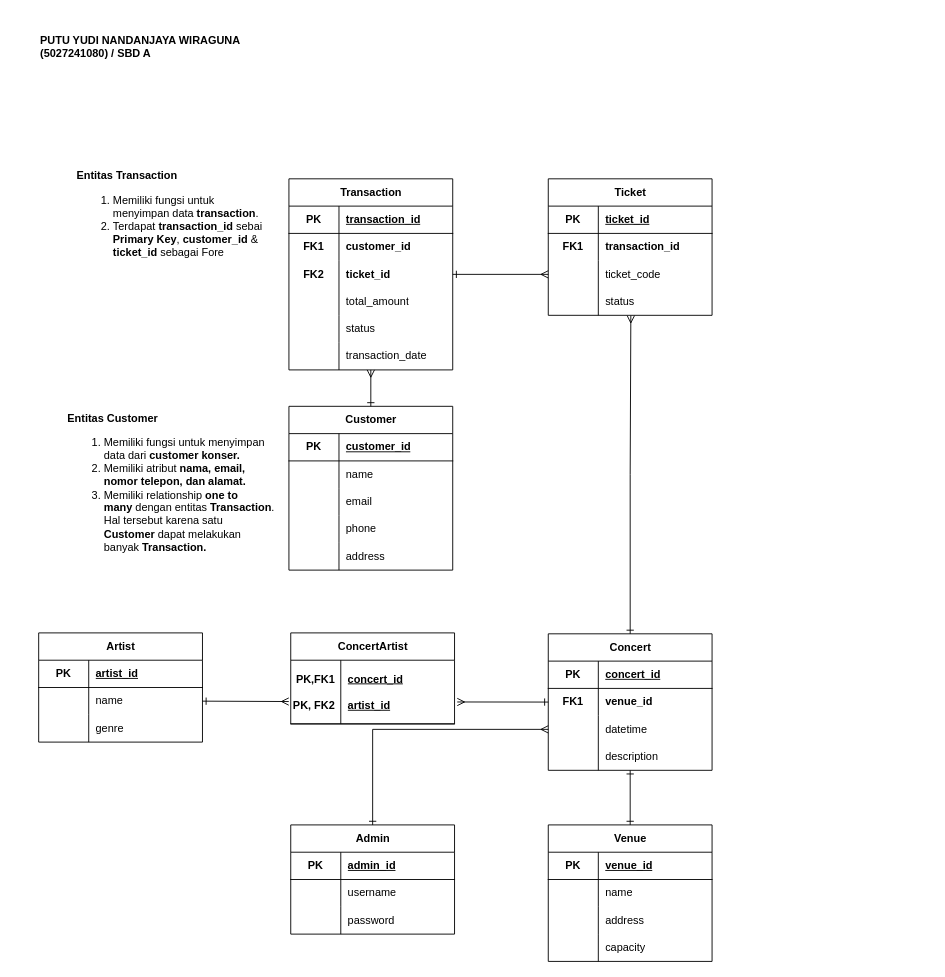
This is Soal3-Modul1-SBD.drawio from yudi0312/Sistem-Basis-Data, a draw.io file, before an edit. Source tidied: cells renumbered, new cells numbered last; positions are measured from the earlier drawing's top-left corner, leaving out a move shared by most shapes. Both pictures are drawn from the tidied source at 91%, with x=0, y=0 at pixel (38, 33).
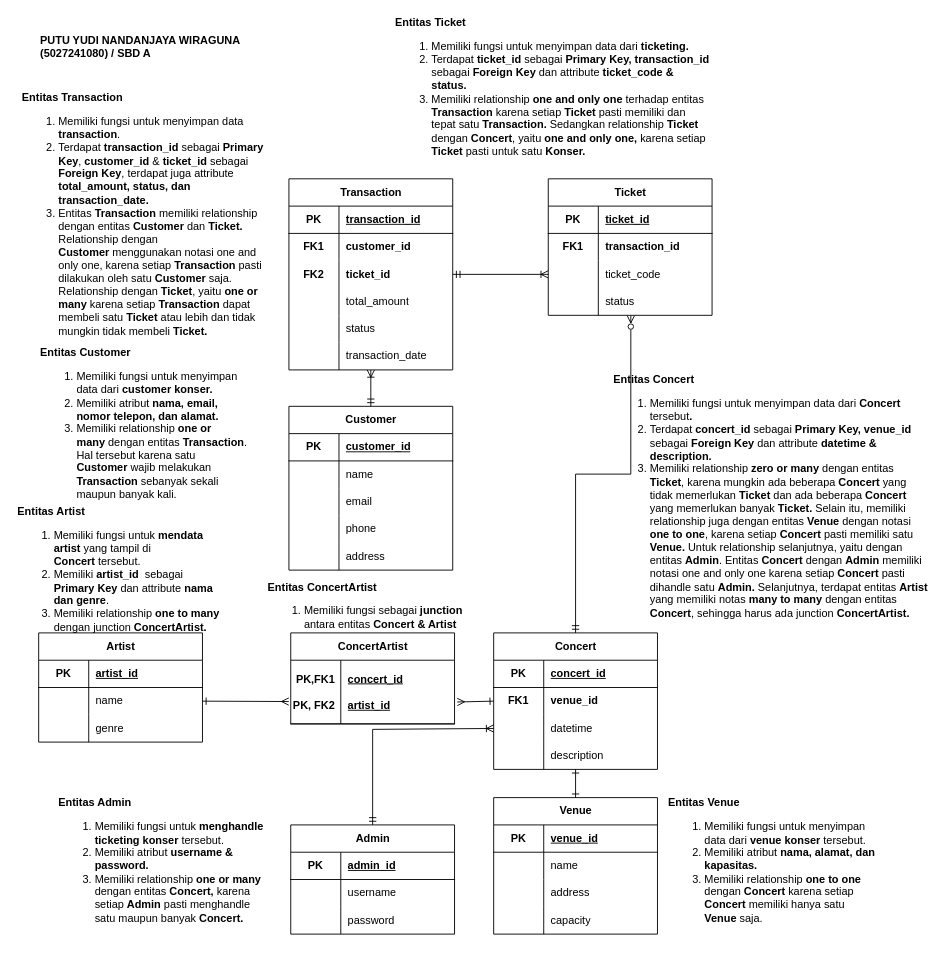
The same diagram, later.

Unchanged cells that the change refers to:
```xml
<mxCell id="2" value="Customer" style="shape=table;startSize=30;childLayout=tableLayout;rowLines=0;fontStyle=1;align=center;html=1;" parent="1" vertex="1">
  <mxGeometry x="275" y="410" width="180" height="180" as="geometry" />
</mxCell>
<mxCell id="25" style="shape=tableRow;horizontal=0;startSize=0;swimlaneHead=0;swimlaneBody=0;fillColor=none;points=[[0,0.5],[1,0.5]];portConstraint=eastwest;top=0;left=0;right=0;bottom=0;" parent="18" vertex="1">
  <mxGeometry y="90" width="180" height="30" as="geometry" />
</mxCell>
<mxCell id="34" style="shape=tableRow;horizontal=0;startSize=0;swimlaneHead=0;swimlaneBody=0;fillColor=none;points=[[0,0.5],[1,0.5]];portConstraint=eastwest;top=0;left=0;right=0;bottom=0;" parent="18" vertex="1">
  <mxGeometry y="180" width="180" height="30" as="geometry" />
</mxCell>
<mxCell id="47" style="shape=tableRow;horizontal=0;startSize=0;swimlaneHead=0;swimlaneBody=0;fillColor=none;points=[[0,0.5],[1,0.5]];portConstraint=eastwest;top=0;left=0;right=0;bottom=0;" parent="37" vertex="1">
  <mxGeometry y="120" width="180" height="30" as="geometry" />
</mxCell>
<mxCell id="57" style="shape=tableRow;horizontal=0;startSize=0;swimlaneHead=0;swimlaneBody=0;fillColor=none;points=[[0,0.5],[1,0.5]];portConstraint=eastwest;top=0;left=0;right=0;bottom=0;" parent="50" vertex="1">
  <mxGeometry y="90" width="180" height="30" as="geometry" />
</mxCell>
<mxCell id="91" value="Admin" style="shape=table;startSize=30;childLayout=tableLayout;rowLines=0;fontStyle=1;align=center;html=1;" parent="1" vertex="1">
  <mxGeometry x="277" y="870" width="180" height="120" as="geometry" />
</mxCell>
```

Change to the diagram source:
```diff
@@
     <mxCell id="50" value="Concert" style="shape=table;startSize=30;childLayout=tableLayout;rowLines=0;fontStyle=1;align=center;html=1;" parent="1" vertex="1">
-      <mxGeometry x="560" y="660" width="180" height="150" as="geometry" />
+      <mxGeometry x="500" y="659" width="180" height="150" as="geometry" />
     </mxCell>
@@
     <mxCell id="63" value="Venue" style="shape=table;startSize=30;childLayout=tableLayout;rowLines=0;fontStyle=1;align=center;html=1;" parent="1" vertex="1">
-      <mxGeometry x="560" y="870" width="180" height="150" as="geometry" />
+      <mxGeometry x="500" y="840" width="180" height="150" as="geometry" />
     </mxCell>
@@
-    <mxCell id="90" style="edgeStyle=none;rounded=0;jettySize=auto;html=1;exitX=0.5;exitY=0;exitDx=0;exitDy=0;entryX=0;entryY=0.5;entryDx=0;entryDy=0;endArrow=ERmany;endFill=0;startArrow=ERone;startFill=0;" parent="1" edge="1" source="91" target="57">
+    <mxCell id="90" style="edgeStyle=none;rounded=0;jettySize=auto;html=1;exitX=0.5;exitY=0;exitDx=0;exitDy=0;entryX=0;entryY=0.5;entryDx=0;entryDy=0;endArrow=ERoneToMany;endFill=0;startArrow=ERmandOne;startFill=0;" parent="1" edge="1" source="91" target="57">
       <mxGeometry relative="1" as="geometry">
         <Array as="points">
           <mxPoint x="367" y="765" />
         </Array>
       </mxGeometry>
     </mxCell>
@@
-    <mxCell id="101" style="edgeStyle=none;rounded=0;jettySize=auto;html=1;entryX=0.5;entryY=1;entryDx=0;entryDy=0;entryPerimeter=0;startArrow=ERone;startFill=0;endArrow=ERmany;endFill=0;" parent="1" edge="1" source="2" target="34">
+    <mxCell id="101" style="edgeStyle=none;rounded=0;jettySize=auto;html=1;entryX=0.5;entryY=1;entryDx=0;entryDy=0;entryPerimeter=0;startArrow=ERmandOne;startFill=0;endArrow=ERoneToMany;endFill=0;" parent="1" edge="1" source="2" target="34">
       <mxGeometry relative="1" as="geometry" />
     </mxCell>
-    <mxCell id="102" style="edgeStyle=none;rounded=0;jettySize=auto;html=1;entryX=0;entryY=0.5;entryDx=0;entryDy=0;startArrow=ERone;startFill=0;endArrow=ERmany;endFill=0;" parent="1" edge="1" source="25">
+    <mxCell id="102" style="edgeStyle=none;rounded=0;jettySize=auto;html=1;entryX=0;entryY=0.5;entryDx=0;entryDy=0;startArrow=ERmandOne;startFill=0;endArrow=ERoneToMany;endFill=0;" parent="1" edge="1" source="25">
       <mxGeometry relative="1" as="geometry">
         <mxPoint x="560" y="265" as="targetPoint" />
       </mxGeometry>
     </mxCell>
@@
-    <mxCell id="107" style="edgeStyle=orthogonalEdgeStyle;rounded=0;jettySize=auto;html=1;exitX=0.5;exitY=0;exitDx=0;exitDy=0;entryX=0.504;entryY=1.013;entryDx=0;entryDy=0;entryPerimeter=0;endArrow=ERmany;endFill=0;startArrow=ERone;startFill=0;" parent="1" edge="1" source="50" target="47">
+    <mxCell id="107" style="edgeStyle=orthogonalEdgeStyle;rounded=0;jettySize=auto;html=1;exitX=0.5;exitY=0;exitDx=0;exitDy=0;entryX=0.504;entryY=1.013;entryDx=0;entryDy=0;entryPerimeter=0;endArrow=ERzeroToMany;endFill=0;startArrow=ERmandOne;startFill=0;" parent="1" edge="1" source="50" target="47">
       <mxGeometry relative="1" as="geometry" />
     </mxCell>
-    <mxCell id="108" value="&lt;b&gt;Entitas Customer&lt;/b&gt;&amp;nbsp;&lt;br&gt;&lt;ol style=&quot;&quot;&gt;&lt;li style=&quot;&quot;&gt;&lt;span style=&quot;background-color: transparent; color: light-dark(rgb(0, 0, 0), rgb(255, 255, 255));&quot;&gt;Memiliki fungsi untuk menyimpan data dari &lt;b&gt;customer konser.&amp;nbsp;&lt;/b&gt;&lt;/span&gt;&lt;/li&gt;&lt;li style=&quot;&quot;&gt;&lt;span style=&quot;background-color: transparent; color: light-dark(rgb(0, 0, 0), rgb(255, 255, 255));&quot;&gt;Memiliki atribut &lt;b&gt;nama, email, nomor telepon, dan alamat.&amp;nbsp;&lt;/b&gt;&lt;/span&gt;&lt;/li&gt;&lt;li style=&quot;&quot;&gt;&lt;span style=&quot;background-color: transparent; color: light-dark(rgb(0, 0, 0), rgb(255, 255, 255));&quot;&gt;Memiliki relationship&amp;nbsp;&lt;/span&gt;&lt;span style=&quot;background-color: transparent; color: light-dark(rgb(0, 0, 0), rgb(255, 255, 255));&quot;&gt;&lt;b&gt;one to many&lt;/b&gt;&amp;nbsp;&lt;/span&gt;&lt;span style=&quot;background-color: transparent; color: light-dark(rgb(0, 0, 0), rgb(255, 255, 255));&quot;&gt;dengan entitas &lt;/span&gt;&lt;span style=&quot;background-color: transparent; color: light-dark(rgb(0, 0, 0), rgb(255, 255, 255));&quot;&gt;&lt;b&gt;Transaction&lt;/b&gt;. &lt;/span&gt;&lt;span style=&quot;background-color: transparent; color: light-dark(rgb(0, 0, 0), rgb(255, 255, 255));&quot;&gt;Hal tersebut karena satu &lt;/span&gt;&lt;span style=&quot;background-color: transparent; color: light-dark(rgb(0, 0, 0), rgb(255, 255, 255));&quot;&gt;&lt;b&gt;Customer&lt;/b&gt; &lt;/span&gt;&lt;span style=&quot;background-color: transparent; color: light-dark(rgb(0, 0, 0), rgb(255, 255, 255));&quot;&gt;dapat melakukan banyak &lt;/span&gt;&lt;span style=&quot;background-color: transparent; color: light-dark(rgb(0, 0, 0), rgb(255, 255, 255));&quot;&gt;&lt;b&gt;Transaction.&lt;/b&gt;&amp;nbsp;&lt;/span&gt;&lt;/li&gt;&lt;/ol&gt;" style="text;html=1;align=left;verticalAlign=middle;whiteSpace=wrap;rounded=0;" parent="1" vertex="1">
-      <mxGeometry x="30" y="485" width="230" height="30" as="geometry" />
+    <mxCell id="108" value="&lt;b&gt;Entitas Customer&lt;/b&gt;&amp;nbsp;&lt;br&gt;&lt;ol style=&quot;&quot;&gt;&lt;li style=&quot;&quot;&gt;&lt;span style=&quot;background-color: transparent; color: light-dark(rgb(0, 0, 0), rgb(255, 255, 255));&quot;&gt;Memiliki fungsi untuk menyimpan data dari &lt;b&gt;customer konser.&amp;nbsp;&lt;/b&gt;&lt;/span&gt;&lt;/li&gt;&lt;li style=&quot;&quot;&gt;&lt;span style=&quot;background-color: transparent; color: light-dark(rgb(0, 0, 0), rgb(255, 255, 255));&quot;&gt;Memiliki atribut &lt;b&gt;nama, email, nomor telepon, dan alamat.&amp;nbsp;&lt;/b&gt;&lt;/span&gt;&lt;/li&gt;&lt;li style=&quot;&quot;&gt;&lt;span style=&quot;background-color: transparent; color: light-dark(rgb(0, 0, 0), rgb(255, 255, 255));&quot;&gt;Memiliki relationship&amp;nbsp;&lt;/span&gt;&lt;span style=&quot;background-color: transparent; color: light-dark(rgb(0, 0, 0), rgb(255, 255, 255));&quot;&gt;&lt;b&gt;one or many&lt;/b&gt;&amp;nbsp;&lt;/span&gt;&lt;span style=&quot;background-color: transparent; color: light-dark(rgb(0, 0, 0), rgb(255, 255, 255));&quot;&gt;dengan entitas &lt;/span&gt;&lt;span style=&quot;background-color: transparent; color: light-dark(rgb(0, 0, 0), rgb(255, 255, 255));&quot;&gt;&lt;b&gt;Transaction&lt;/b&gt;. &lt;/span&gt;&lt;span style=&quot;background-color: transparent; color: light-dark(rgb(0, 0, 0), rgb(255, 255, 255));&quot;&gt;Hal tersebut karena satu &lt;/span&gt;&lt;span style=&quot;background-color: transparent; color: light-dark(rgb(0, 0, 0), rgb(255, 255, 255));&quot;&gt;&lt;b&gt;Customer&lt;/b&gt;&amp;nbsp;wajib melakukan &lt;b&gt;Transaction &lt;/b&gt;sebanyak sekali maupun banyak kali.&amp;nbsp;&lt;/span&gt;&lt;span style=&quot;background-color: transparent; color: light-dark(rgb(0, 0, 0), rgb(255, 255, 255));&quot;&gt;&amp;nbsp;&lt;/span&gt;&lt;/li&gt;&lt;/ol&gt;" style="text;html=1;align=left;verticalAlign=middle;whiteSpace=wrap;rounded=0;" parent="1" vertex="1">
+      <mxGeometry y="420" width="230" height="30" as="geometry" />
     </mxCell>
-    <mxCell id="109" value="&lt;b&gt;Entitas Transaction&lt;/b&gt;&lt;div&gt;&lt;ol&gt;&lt;li style=&quot;&quot;&gt;Memiliki fungsi untuk menyimpan data &lt;b&gt;transaction&lt;/b&gt;.&amp;nbsp;&lt;/li&gt;&lt;li style=&quot;&quot;&gt;Terdapat &lt;b&gt;transaction_id &lt;/b&gt;sebai &lt;b&gt;Primary Key&lt;/b&gt;, &lt;b&gt;customer_id &lt;/b&gt;&amp;amp; &lt;b&gt;ticket_id &lt;/b&gt;sebagai Fore&lt;/li&gt;&lt;/ol&gt;&lt;/div&gt;" style="text;html=1;align=left;verticalAlign=middle;whiteSpace=wrap;rounded=0;" parent="1" vertex="1">
-      <mxGeometry x="40" y="190" width="210" height="30" as="geometry" />
+    <mxCell id="109" value="&lt;b&gt;Entitas Transaction&lt;/b&gt;&lt;div&gt;&lt;ol&gt;&lt;li style=&quot;&quot;&gt;Memiliki fungsi untuk menyimpan data &lt;b&gt;transaction&lt;/b&gt;.&amp;nbsp;&lt;/li&gt;&lt;li style=&quot;&quot;&gt;Terdapat &lt;b&gt;transaction_id &lt;/b&gt;sebagai&amp;nbsp;&lt;b&gt;Primary Key&lt;/b&gt;, &lt;b&gt;customer_id &lt;/b&gt;&amp;amp; &lt;b&gt;ticket_id &lt;/b&gt;sebagai &lt;b&gt;Foreign Key&lt;/b&gt;, terdapat juga attribute &lt;b&gt;total_amount, status, dan transaction_date.&amp;nbsp;&lt;/b&gt;&lt;/li&gt;&lt;li style=&quot;&quot;&gt;Entitas &lt;b&gt;Transaction&lt;/b&gt;&amp;nbsp;memiliki relationship dengan entitas &lt;b&gt;Customer &lt;/b&gt;dan &lt;b&gt;Ticket. &lt;/b&gt;Relationship dengan &lt;b&gt;Customer&lt;/b&gt;&amp;nbsp;menggunakan notasi one and only one, karena setiap &lt;b&gt;Transaction &lt;/b&gt;pasti dilakukan oleh satu&amp;nbsp;&lt;b&gt;Customer&amp;nbsp;&lt;/b&gt;saja. Relationship dengan &lt;b&gt;Ticket&lt;/b&gt;, yaitu &lt;b&gt;one or many &lt;/b&gt;karena setiap &lt;b&gt;Transaction &lt;/b&gt;dapat membeli satu &lt;b&gt;Ticket&lt;/b&gt; atau lebih dan tidak mungkin tidak membeli &lt;b&gt;Ticket.&lt;/b&gt;&lt;/li&gt;&lt;/ol&gt;&lt;/div&gt;" style="text;html=1;align=left;verticalAlign=middle;whiteSpace=wrap;rounded=0;" parent="1" vertex="1">
+      <mxGeometry x="-20" y="190" width="270" height="30" as="geometry" />
     </mxCell>
+    <mxCell id="110" value="&lt;b&gt;Entitas Ticket&lt;/b&gt;&amp;nbsp;&lt;br&gt;&lt;ol style=&quot;&quot;&gt;&lt;li style=&quot;&quot;&gt;&lt;span style=&quot;background-color: transparent; color: light-dark(rgb(0, 0, 0), rgb(255, 255, 255));&quot;&gt;Memiliki fungsi untuk menyimpan data dari &lt;b&gt;ticketing.&amp;nbsp;&lt;/b&gt;&lt;/span&gt;&lt;/li&gt;&lt;li style=&quot;&quot;&gt;&lt;span style=&quot;background-color: transparent; color: light-dark(rgb(0, 0, 0), rgb(255, 255, 255));&quot;&gt;Terdapat &lt;b&gt;ticket_id &lt;/b&gt;sebagai &lt;b&gt;Primary Key, transaction_id &lt;/b&gt;sebagai &lt;b&gt;Foreign Key &lt;/b&gt;dan attribute &lt;b&gt;ticket_code &amp;amp; status.&amp;nbsp;&lt;/b&gt;&lt;/span&gt;&lt;/li&gt;&lt;li style=&quot;&quot;&gt;&lt;span style=&quot;background-color: transparent; color: light-dark(rgb(0, 0, 0), rgb(255, 255, 255));&quot;&gt;Memiliki relationship&amp;nbsp;&lt;/span&gt;&lt;span style=&quot;background-color: transparent; color: light-dark(rgb(0, 0, 0), rgb(255, 255, 255));&quot;&gt;&lt;b&gt;one and only one &lt;/b&gt;terhadap entitas &lt;b&gt;Transaction &lt;/b&gt;karena setiap &lt;b&gt;Ticket &lt;/b&gt;pasti memiliki dan tepat satu &lt;b&gt;Transaction. &lt;/b&gt;Sedangkan relationship &lt;b&gt;Ticket &lt;/b&gt;dengan &lt;b&gt;Concert&lt;/b&gt;, yaitu &lt;b&gt;one and only one, &lt;/b&gt;karena setiap &lt;b&gt;Ticket &lt;/b&gt;pasti untuk satu &lt;b&gt;Konser.&amp;nbsp;&lt;/b&gt;&lt;/span&gt;&lt;/li&gt;&lt;/ol&gt;" style="text;html=1;align=left;verticalAlign=middle;whiteSpace=wrap;rounded=0;" parent="1" vertex="1">
+      <mxGeometry x="390" y="50" width="350" height="30" as="geometry" />
+    </mxCell>
+    <mxCell id="111" value="&lt;b&gt;Entitas Concert&lt;/b&gt;&lt;br&gt;&lt;ol style=&quot;&quot;&gt;&lt;li style=&quot;&quot;&gt;&lt;span style=&quot;background-color: transparent; color: light-dark(rgb(0, 0, 0), rgb(255, 255, 255));&quot;&gt;Memiliki fungsi untuk menyimpan data dari &lt;b&gt;Concert &lt;/b&gt;tersebut&lt;b&gt;.&amp;nbsp;&lt;/b&gt;&lt;/span&gt;&lt;/li&gt;&lt;li style=&quot;&quot;&gt;&lt;span style=&quot;background-color: transparent; color: light-dark(rgb(0, 0, 0), rgb(255, 255, 255));&quot;&gt;Terdapat &lt;b&gt;concert_id&amp;nbsp;&lt;/b&gt;sebagai &lt;b&gt;Primary Key, venue_id &lt;/b&gt;sebagai &lt;b&gt;Foreign Key &lt;/b&gt;dan attribute &lt;b&gt;datetime &amp;amp; description.&amp;nbsp;&amp;nbsp;&lt;/b&gt;&lt;/span&gt;&lt;/li&gt;&lt;li style=&quot;&quot;&gt;&lt;span style=&quot;background-color: transparent; color: light-dark(rgb(0, 0, 0), rgb(255, 255, 255));&quot;&gt;Memiliki relationship &lt;b&gt;zero or many &lt;/b&gt;dengan entitas &lt;b&gt;Ticket&lt;/b&gt;, karena mungkin ada beberapa &lt;b&gt;Concert &lt;/b&gt;yang tidak memerlukan &lt;b&gt;Ticket &lt;/b&gt;dan ada beberapa &lt;b&gt;Concert &lt;/b&gt;yang memerlukan banyak &lt;b&gt;Ticket. &lt;/b&gt;Selain itu, memiliki relationship juga dengan entitas &lt;b&gt;Venue &lt;/b&gt;dengan notasi &lt;b&gt;one to one&lt;/b&gt;, karena setiap &lt;b&gt;Concert &lt;/b&gt;pasti memiliki satu &lt;b&gt;Venue. &lt;/b&gt;Untuk relationship selanjutnya, yaitu dengan entitas &lt;b&gt;Admin&lt;/b&gt;. Entitas &lt;b&gt;Concert &lt;/b&gt;dengan &lt;b&gt;Admin &lt;/b&gt;memiliki notasi one and only one karena setiap &lt;b&gt;Concert &lt;/b&gt;pasti dihandle satu &lt;b&gt;Admin. &lt;/b&gt;Selanjutnya, terdapat entitas &lt;b&gt;Artist &lt;/b&gt;yang memiliki notas &lt;b&gt;many to many &lt;/b&gt;dengan entitas &lt;b&gt;Concert&lt;/b&gt;, sehingga harus ada junction &lt;b&gt;ConcertArtist.&amp;nbsp;&lt;/b&gt;&lt;/span&gt;&lt;/li&gt;&lt;/ol&gt;" style="text;html=1;align=left;verticalAlign=middle;whiteSpace=wrap;rounded=0;" parent="1" vertex="1">
+      <mxGeometry x="630" y="500" width="350" height="30" as="geometry" />
+    </mxCell>
+    <mxCell id="112" value="&lt;b&gt;Entitas Venue&lt;/b&gt;&lt;br&gt;&lt;ol style=&quot;&quot;&gt;&lt;li style=&quot;&quot;&gt;&lt;span style=&quot;background-color: transparent; color: light-dark(rgb(0, 0, 0), rgb(255, 255, 255));&quot;&gt;Memiliki fungsi untuk menyimpan data dari &lt;b&gt;venue konser&lt;/b&gt;&amp;nbsp;tersebut.&amp;nbsp;&lt;b&gt;&amp;nbsp;&lt;/b&gt;&lt;/span&gt;&lt;/li&gt;&lt;li style=&quot;&quot;&gt;&lt;span style=&quot;background-color: transparent; color: light-dark(rgb(0, 0, 0), rgb(255, 255, 255));&quot;&gt;Memiliki atribut &lt;b&gt;nama, alamat, dan kapasitas.&amp;nbsp;&lt;/b&gt;&lt;/span&gt;&lt;/li&gt;&lt;li style=&quot;&quot;&gt;&lt;span style=&quot;background-color: transparent; color: light-dark(rgb(0, 0, 0), rgb(255, 255, 255));&quot;&gt;Memiliki relationship&amp;nbsp;&lt;/span&gt;&lt;span style=&quot;background-color: transparent; color: light-dark(rgb(0, 0, 0), rgb(255, 255, 255));&quot;&gt;&lt;b&gt;one to one &lt;/b&gt;dengan &lt;b&gt;Concert &lt;/b&gt;karena setiap &lt;b&gt;Concert &lt;/b&gt;memiliki hanya satu &lt;b&gt;Venue &lt;/b&gt;saja.&amp;nbsp;&lt;/span&gt;&lt;span style=&quot;background-color: transparent; color: light-dark(rgb(0, 0, 0), rgb(255, 255, 255));&quot;&gt;&amp;nbsp;&lt;/span&gt;&lt;/li&gt;&lt;/ol&gt;" style="text;html=1;align=left;verticalAlign=middle;whiteSpace=wrap;rounded=0;" parent="1" vertex="1">
+      <mxGeometry x="690" y="900" width="230" height="30" as="geometry" />
+    </mxCell>
+    <mxCell id="113" value="&lt;b&gt;Entitas Admin&lt;/b&gt;&lt;br&gt;&lt;ol style=&quot;&quot;&gt;&lt;li style=&quot;&quot;&gt;&lt;span style=&quot;background-color: transparent; color: light-dark(rgb(0, 0, 0), rgb(255, 255, 255));&quot;&gt;Memiliki fungsi untuk &lt;b&gt;menghandle ticketing konser&lt;/b&gt;&amp;nbsp;tersebut.&amp;nbsp;&lt;b&gt;&amp;nbsp;&lt;/b&gt;&lt;/span&gt;&lt;/li&gt;&lt;li style=&quot;&quot;&gt;&lt;span style=&quot;background-color: transparent; color: light-dark(rgb(0, 0, 0), rgb(255, 255, 255));&quot;&gt;Memiliki atribut &lt;b&gt;username &amp;amp; password.&amp;nbsp;&lt;/b&gt;&lt;/span&gt;&lt;/li&gt;&lt;li style=&quot;&quot;&gt;&lt;span style=&quot;background-color: transparent; color: light-dark(rgb(0, 0, 0), rgb(255, 255, 255));&quot;&gt;Memiliki relationship&amp;nbsp;&lt;/span&gt;&lt;span style=&quot;background-color: transparent; color: light-dark(rgb(0, 0, 0), rgb(255, 255, 255));&quot;&gt;&lt;b&gt;one or many &lt;/b&gt;dengan entitas &lt;b&gt;Concert, &lt;/b&gt;karena setiap &lt;b&gt;Admin &lt;/b&gt;pasti menghandle satu maupun banyak &lt;b&gt;Concert.&amp;nbsp;&lt;/b&gt;&lt;/span&gt;&lt;/li&gt;&lt;/ol&gt;" style="text;html=1;align=left;verticalAlign=middle;whiteSpace=wrap;rounded=0;" parent="1" vertex="1">
+      <mxGeometry x="20" y="900" width="230" height="30" as="geometry" />
+    </mxCell>
+    <mxCell id="114" value="&lt;b&gt;Entitas ConcertArtist&lt;/b&gt;&lt;br&gt;&lt;ol style=&quot;&quot;&gt;&lt;li style=&quot;&quot;&gt;&lt;span style=&quot;background-color: transparent; color: light-dark(rgb(0, 0, 0), rgb(255, 255, 255));&quot;&gt;Memiliki fungsi sebagai &lt;b&gt;junction &lt;/b&gt;antara entitas &lt;b&gt;Concert &amp;amp; Artist&lt;/b&gt;&lt;/span&gt;&lt;/li&gt;&lt;/ol&gt;" style="text;html=1;align=left;verticalAlign=middle;whiteSpace=wrap;rounded=0;" parent="1" vertex="1">
+      <mxGeometry x="250" y="620" width="230" height="30" as="geometry" />
+    </mxCell>
+    <mxCell id="115" value="&lt;b&gt;Entitas Artist&lt;/b&gt;&lt;br&gt;&lt;ol style=&quot;&quot;&gt;&lt;li style=&quot;&quot;&gt;&lt;span style=&quot;background-color: transparent; color: light-dark(rgb(0, 0, 0), rgb(255, 255, 255));&quot;&gt;Memiliki fungsi untuk &lt;b&gt;mendata artist &lt;/b&gt;yang tampil di &lt;b&gt;Concert&amp;nbsp;&lt;/b&gt;tersebut.&amp;nbsp;&lt;b&gt;&amp;nbsp;&lt;/b&gt;&lt;/span&gt;&lt;/li&gt;&lt;li style=&quot;&quot;&gt;&lt;span style=&quot;background-color: transparent; color: light-dark(rgb(0, 0, 0), rgb(255, 255, 255));&quot;&gt;Memiliki &lt;b&gt;artist_id&amp;nbsp;&lt;/b&gt;&amp;nbsp;sebagai &lt;b&gt;Primary Key &lt;/b&gt;dan attribute &lt;b&gt;nama dan genre&lt;/b&gt;.&amp;nbsp;&lt;/span&gt;&lt;/li&gt;&lt;li style=&quot;&quot;&gt;Memiliki relationship &lt;b&gt;one to many &lt;/b&gt;dengan junction &lt;b&gt;ConcertArtist.&lt;/b&gt;&lt;/li&gt;&lt;/ol&gt;" style="text;html=1;align=left;verticalAlign=middle;whiteSpace=wrap;rounded=0;" parent="1" vertex="1">
+      <mxGeometry x="-25" y="580" width="230" height="30" as="geometry" />
+    </mxCell>
```
